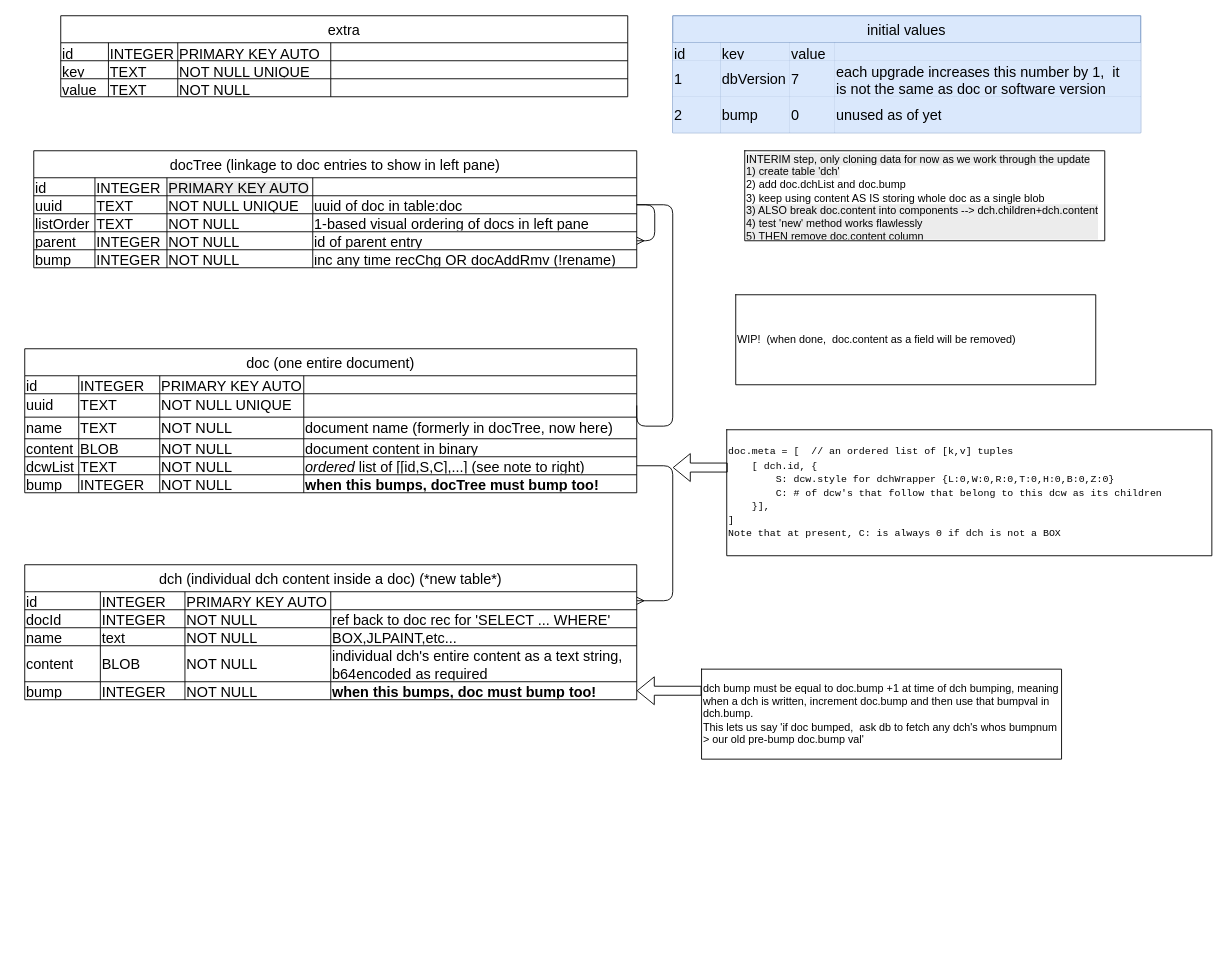
Earlier version of the draw.io diagram extra/docs/Database_backend-V0006-0007(WIP).drawio (Malendryn/JotLiner). Source tidied: cells renumbered, new cells numbered last; positions are measured from the earlier drawing's top-left corner, leaving out a move shared by most shapes. Both pictures are drawn from the tidied source at 90%, with x=0, y=0 at pixel (24, 15).
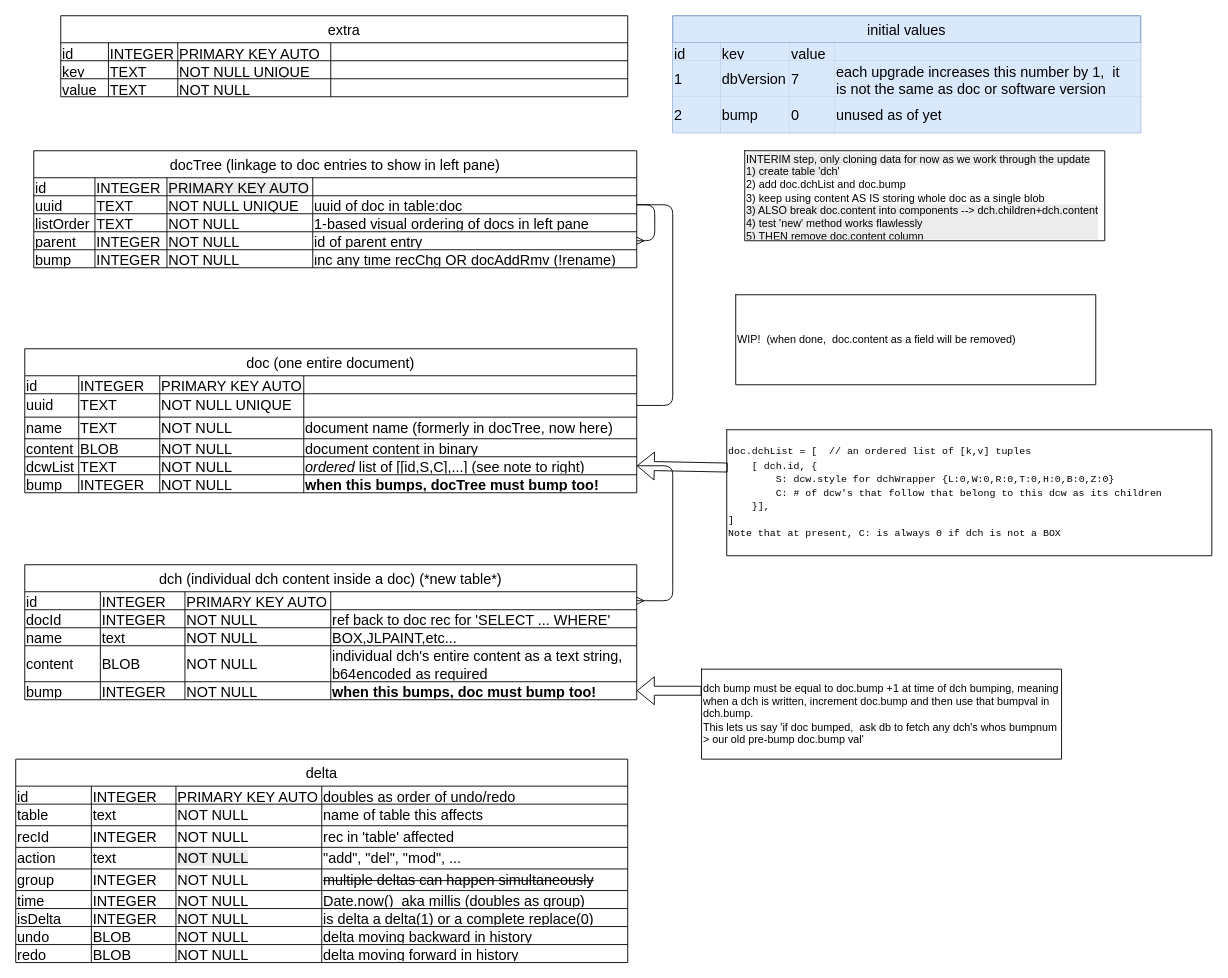
Above is the later version.

The change refers to these unchanged cells:
```xml
<mxCell id="24" style="shape=tableRow;horizontal=0;startSize=0;swimlaneHead=0;swimlaneBody=0;strokeColor=inherit;top=0;left=0;bottom=0;right=0;fillColor=none;points=[[0,0.5],[1,0.5]];portConstraint=eastwest;fontSize=16;align=left;" parent="18" vertex="1">
  <mxGeometry y="50" width="680" height="26" as="geometry" />
</mxCell>
<mxCell id="39" style="shape=tableRow;horizontal=0;startSize=0;swimlaneHead=0;swimlaneBody=0;strokeColor=inherit;top=0;left=0;bottom=0;right=0;fillColor=none;points=[[0,0.5],[1,0.5]];portConstraint=eastwest;fontSize=16;align=left;" parent="18" vertex="1">
  <mxGeometry y="120" width="680" height="20" as="geometry" />
</mxCell>
<mxCell id="55" style="shape=tableRow;horizontal=0;startSize=0;swimlaneHead=0;swimlaneBody=0;strokeColor=inherit;top=0;left=0;bottom=0;right=0;fillColor=none;points=[[0,0.5],[1,0.5]];portConstraint=eastwest;fontSize=16;align=left;" parent="49" vertex="1">
  <mxGeometry y="50" width="670" height="20" as="geometry" />
</mxCell>
<mxCell id="128" style="shape=tableRow;horizontal=0;startSize=0;swimlaneHead=0;swimlaneBody=0;strokeColor=inherit;top=0;left=0;bottom=0;right=0;fillColor=none;" parent="127" vertex="1">
  <mxGeometry width="539" height="140" as="geometry" />
</mxCell>
```

The edit, as a diff of the source:
```diff
@@
     <mxCell id="119" style="edgeStyle=orthogonalEdgeStyle;rounded=1;jettySize=auto;html=1;exitX=1;exitY=0.5;exitDx=0;exitDy=0;entryX=1;entryY=0.5;entryDx=0;entryDy=0;startArrow=none;startFill=0;endArrow=none;endFill=0;curved=0;" parent="1" edge="1" source="24" target="55">
       <mxGeometry relative="1" as="geometry">
         <Array as="points">
-          <mxPoint x="720" y="456" />
+          <mxPoint x="720" y="433" />
           <mxPoint x="720" y="210" />
         </Array>
       </mxGeometry>
     </mxCell>
@@
-    <mxCell id="129" value="&lt;font style=&quot;font-size: 11px;&quot; face=&quot;Courier New&quot;&gt;doc.meta = [&amp;nbsp; // an ordered list of [k,v] tuples&lt;/font&gt;&lt;div&gt;&lt;font style=&quot;font-size: 11px;&quot; face=&quot;Courier New&quot;&gt;&lt;span style=&quot;background-color: transparent; color: light-dark(rgb(0, 0, 0), rgb(255, 255, 255));&quot;&gt;&amp;nbsp; &amp;nbsp; [&amp;nbsp;&lt;/span&gt;&lt;span style=&quot;background-color: transparent; color: light-dark(rgb(0, 0, 0), rgb(255, 255, 255));&quot;&gt;dch.id,&amp;nbsp;&lt;/span&gt;&lt;span style=&quot;background-color: transparent; color: light-dark(rgb(0, 0, 0), rgb(255, 255, 255));&quot;&gt;{&lt;/span&gt;&lt;/font&gt;&lt;/div&gt;&lt;div&gt;&lt;font style=&quot;font-size: 11px;&quot; face=&quot;Courier New&quot;&gt;&lt;span style=&quot;background-color: transparent; color: light-dark(rgb(0, 0, 0), rgb(255, 255, 255));&quot;&gt;&amp;nbsp; &amp;nbsp; &amp;nbsp; &amp;nbsp; S: dcw.style for dchWrapper&amp;nbsp;&lt;/span&gt;{L:0,W:0,R:0,&lt;span style=&quot;color: light-dark(rgb(0, 0, 0), rgb(255, 255, 255)); background-color: transparent;&quot;&gt;T:0,H:0,B:0,Z:0}&lt;/span&gt;&lt;br&gt;&lt;span style=&quot;background-color: transparent; color: light-dark(rgb(0, 0, 0), rgb(255, 255, 255));&quot;&gt;&amp;nbsp; &amp;nbsp; &amp;nbsp; &amp;nbsp; C: # of dcw's that follow that belong to this dcw as its children&lt;/span&gt;&lt;br&gt;&lt;/font&gt;&lt;div&gt;&lt;font style=&quot;font-size: 11px;&quot; face=&quot;Courier New&quot;&gt;&amp;nbsp; &amp;nbsp; }],&lt;/font&gt;&lt;/div&gt;&lt;div&gt;&lt;font style=&quot;font-size: 11px;&quot; face=&quot;Courier New&quot;&gt;]&lt;/font&gt;&lt;/div&gt;&lt;/div&gt;&lt;div&gt;&lt;font style=&quot;font-size: 11px;&quot; face=&quot;Courier New&quot;&gt;Note that at present, C: is always 0 if dch is not a BOX&lt;/font&gt;&lt;/div&gt;" style="shape=partialRectangle;html=1;whiteSpace=wrap;strokeColor=inherit;overflow=hidden;fillColor=none;top=0;left=0;bottom=0;right=0;align=left;" parent="128" vertex="1">
+    <mxCell id="129" value="&lt;font style=&quot;font-size: 11px;&quot; face=&quot;Courier New&quot;&gt;doc.dchList = [&amp;nbsp; // an ordered list of [k,v] tuples&lt;/font&gt;&lt;div&gt;&lt;font style=&quot;font-size: 11px;&quot; face=&quot;Courier New&quot;&gt;&lt;span style=&quot;background-color: transparent; color: light-dark(rgb(0, 0, 0), rgb(255, 255, 255));&quot;&gt;&amp;nbsp; &amp;nbsp; [&amp;nbsp;&lt;/span&gt;&lt;span style=&quot;background-color: transparent; color: light-dark(rgb(0, 0, 0), rgb(255, 255, 255));&quot;&gt;dch.id,&amp;nbsp;&lt;/span&gt;&lt;span style=&quot;background-color: transparent; color: light-dark(rgb(0, 0, 0), rgb(255, 255, 255));&quot;&gt;{&lt;/span&gt;&lt;/font&gt;&lt;/div&gt;&lt;div&gt;&lt;font style=&quot;font-size: 11px;&quot; face=&quot;Courier New&quot;&gt;&lt;span style=&quot;background-color: transparent; color: light-dark(rgb(0, 0, 0), rgb(255, 255, 255));&quot;&gt;&amp;nbsp; &amp;nbsp; &amp;nbsp; &amp;nbsp; S: dcw.style for dchWrapper&amp;nbsp;&lt;/span&gt;{L:0,W:0,R:0,&lt;span style=&quot;color: light-dark(rgb(0, 0, 0), rgb(255, 255, 255)); background-color: transparent;&quot;&gt;T:0,H:0,B:0,Z:0}&lt;/span&gt;&lt;br&gt;&lt;span style=&quot;background-color: transparent; color: light-dark(rgb(0, 0, 0), rgb(255, 255, 255));&quot;&gt;&amp;nbsp; &amp;nbsp; &amp;nbsp; &amp;nbsp; C: # of dcw's that follow that belong to this dcw as its children&lt;/span&gt;&lt;br&gt;&lt;/font&gt;&lt;div&gt;&lt;font style=&quot;font-size: 11px;&quot; face=&quot;Courier New&quot;&gt;&amp;nbsp; &amp;nbsp; }],&lt;/font&gt;&lt;/div&gt;&lt;div&gt;&lt;font style=&quot;font-size: 11px;&quot; face=&quot;Courier New&quot;&gt;]&lt;/font&gt;&lt;/div&gt;&lt;/div&gt;&lt;div&gt;&lt;font style=&quot;font-size: 11px;&quot; face=&quot;Courier New&quot;&gt;Note that at present, C: is always 0 if dch is not a BOX&lt;/font&gt;&lt;/div&gt;" style="shape=partialRectangle;html=1;whiteSpace=wrap;strokeColor=inherit;overflow=hidden;fillColor=none;top=0;left=0;bottom=0;right=0;align=left;" parent="128" vertex="1">
       <mxGeometry width="539" height="140" as="geometry" />
     </mxCell>
@@
-    <mxCell id="131" style="shape=flexArrow;endArrow=classic;html=1;rounded=0;exitX=0.003;exitY=0.4;exitDx=0;exitDy=0;exitPerimeter=0;" parent="1" edge="1">
+    <mxCell id="131" style="shape=flexArrow;endArrow=classic;html=1;rounded=0;exitX=0.003;exitY=0.4;exitDx=0;exitDy=0;exitPerimeter=0;entryX=1;entryY=0.5;entryDx=0;entryDy=0;" parent="1" edge="1" target="39">
       <mxGeometry relative="1" as="geometry">
         <mxPoint x="781" y="502" as="sourcePoint" />
-        <mxPoint x="720" y="502" as="targetPoint" />
       </mxGeometry>
     </mxCell>
@@
+    <mxCell id="135" value="delta" style="shape=table;startSize=30;childLayout=tableLayout;strokeColor=default;fontSize=16;align=center;fontColor=#000000;" parent="1" vertex="1">
+      <mxGeometry x="-10" y="826" width="680" height="226" as="geometry" />
+    </mxCell>
+    <mxCell id="136" style="shape=tableRow;horizontal=0;startSize=0;swimlaneHead=0;swimlaneBody=0;strokeColor=inherit;top=0;left=0;bottom=0;right=0;fillColor=none;fontSize=16;align=left;" parent="135" vertex="1">
+      <mxGeometry y="30" width="680" height="20" as="geometry" />
+    </mxCell>
+    <mxCell id="137" value="id" style="shape=partialRectangle;html=1;strokeColor=inherit;overflow=hidden;fillColor=none;top=0;left=0;bottom=0;right=0;fontSize=16;text-align:right;align=left;" parent="136" vertex="1">
+      <mxGeometry width="84" height="20" as="geometry" />
+    </mxCell>
+    <mxCell id="138" value="INTEGER" style="shape=partialRectangle;html=1;strokeColor=inherit;overflow=hidden;fillColor=none;top=0;left=0;bottom=0;right=0;fontSize=16;align=left;" parent="136" vertex="1">
+      <mxGeometry x="84" width="94" height="20" as="geometry" />
+    </mxCell>
+    <mxCell id="139" value="PRIMARY KEY AUTO" style="shape=partialRectangle;html=1;strokeColor=inherit;overflow=hidden;fillColor=none;top=0;left=0;bottom=0;right=0;fontSize=16;align=left;" parent="136" vertex="1">
+      <mxGeometry x="178" width="162" height="20" as="geometry" />
+    </mxCell>
+    <mxCell id="140" value="doubles as&amp;nbsp;&lt;span style=&quot;background-color: transparent; color: light-dark(rgb(0, 0, 0), rgb(255, 255, 255));&quot;&gt;order of undo/redo&lt;/span&gt;" style="shape=partialRectangle;html=1;strokeColor=inherit;overflow=hidden;fillColor=none;top=0;left=0;bottom=0;right=0;fontSize=16;align=left;" parent="136" vertex="1">
+      <mxGeometry x="340" width="340" height="20" as="geometry" />
+    </mxCell>
+    <mxCell id="141" style="shape=tableRow;horizontal=0;startSize=0;swimlaneHead=0;swimlaneBody=0;strokeColor=inherit;top=0;left=0;bottom=0;right=0;fillColor=none;fontSize=16;align=left;" parent="135" vertex="1">
+      <mxGeometry y="50" width="680" height="24" as="geometry" />
+    </mxCell>
+    <mxCell id="142" value="table" style="shape=partialRectangle;html=1;strokeColor=inherit;overflow=hidden;fillColor=none;top=0;left=0;bottom=0;right=0;fontSize=16;align=left;" parent="141" vertex="1">
+      <mxGeometry width="84" height="24" as="geometry" />
+    </mxCell>
+    <mxCell id="143" value="text" style="shape=partialRectangle;html=1;strokeColor=inherit;overflow=hidden;fillColor=none;top=0;left=0;bottom=0;right=0;fontSize=16;align=left;" parent="141" vertex="1">
+      <mxGeometry x="84" width="94" height="24" as="geometry" />
+    </mxCell>
+    <mxCell id="144" value="NOT NULL" style="shape=partialRectangle;html=1;strokeColor=inherit;overflow=hidden;fillColor=none;top=0;left=0;bottom=0;right=0;fontSize=16;align=left;" parent="141" vertex="1">
+      <mxGeometry x="178" width="162" height="24" as="geometry" />
+    </mxCell>
+    <mxCell id="145" value="name of table this affects" style="shape=partialRectangle;html=1;strokeColor=inherit;overflow=hidden;fillColor=none;top=0;left=0;bottom=0;right=0;fontSize=16;align=left;" parent="141" vertex="1">
+      <mxGeometry x="340" width="340" height="24" as="geometry" />
+    </mxCell>
+    <mxCell id="146" style="shape=tableRow;horizontal=0;startSize=0;swimlaneHead=0;swimlaneBody=0;strokeColor=inherit;top=0;left=0;bottom=0;right=0;fillColor=none;fontSize=16;align=left;" parent="135" vertex="1">
+      <mxGeometry y="74" width="680" height="24" as="geometry" />
+    </mxCell>
+    <mxCell id="147" value="recId" style="shape=partialRectangle;html=1;strokeColor=inherit;overflow=hidden;fillColor=none;top=0;left=0;bottom=0;right=0;fontSize=16;align=left;" parent="146" vertex="1">
+      <mxGeometry width="84" height="24" as="geometry" />
+    </mxCell>
+    <mxCell id="148" value="INTEGER" style="shape=partialRectangle;html=1;strokeColor=inherit;overflow=hidden;fillColor=none;top=0;left=0;bottom=0;right=0;fontSize=16;align=left;" parent="146" vertex="1">
+      <mxGeometry x="84" width="94" height="24" as="geometry" />
+    </mxCell>
+    <mxCell id="149" value="NOT NULL" style="shape=partialRectangle;html=1;strokeColor=inherit;overflow=hidden;fillColor=none;top=0;left=0;bottom=0;right=0;fontSize=16;align=left;" parent="146" vertex="1">
+      <mxGeometry x="178" width="162" height="24" as="geometry" />
+    </mxCell>
+    <mxCell id="150" value="rec in 'table' affected" style="shape=partialRectangle;html=1;strokeColor=inherit;overflow=hidden;fillColor=none;top=0;left=0;bottom=0;right=0;fontSize=16;align=left;" parent="146" vertex="1">
+      <mxGeometry x="340" width="340" height="24" as="geometry" />
+    </mxCell>
+    <mxCell id="151" style="shape=tableRow;horizontal=0;startSize=0;swimlaneHead=0;swimlaneBody=0;strokeColor=inherit;top=0;left=0;bottom=0;right=0;fillColor=none;fontSize=16;align=left;" parent="135" vertex="1">
+      <mxGeometry y="98" width="680" height="24" as="geometry" />
+    </mxCell>
+    <mxCell id="152" value="action" style="shape=partialRectangle;html=1;strokeColor=inherit;overflow=hidden;fillColor=none;top=0;left=0;bottom=0;right=0;fontSize=16;align=left;" parent="151" vertex="1">
+      <mxGeometry width="84" height="24" as="geometry" />
+    </mxCell>
+    <mxCell id="153" value="text" style="shape=partialRectangle;html=1;strokeColor=inherit;overflow=hidden;fillColor=none;top=0;left=0;bottom=0;right=0;fontSize=16;align=left;" parent="151" vertex="1">
+      <mxGeometry x="84" width="94" height="24" as="geometry" />
+    </mxCell>
+    <mxCell id="154" value="&lt;span style=&quot;color: rgb(0, 0, 0); font-family: Helvetica; font-size: 16px; font-style: normal; font-variant-ligatures: normal; font-variant-caps: normal; font-weight: 400; letter-spacing: normal; orphans: 2; text-align: left; text-indent: 0px; text-transform: none; widows: 2; word-spacing: 0px; -webkit-text-stroke-width: 0px; white-space: nowrap; background-color: rgb(236, 236, 236); text-decoration-thickness: initial; text-decoration-style: initial; text-decoration-color: initial; display: inline !important; float: none;&quot;&gt;NOT NULL&lt;/span&gt;" style="shape=partialRectangle;html=1;strokeColor=inherit;overflow=hidden;fillColor=none;top=0;left=0;bottom=0;right=0;fontSize=16;align=left;" parent="151" vertex="1">
+      <mxGeometry x="178" width="162" height="24" as="geometry" />
+    </mxCell>
+    <mxCell id="155" value="&quot;add&quot;, &quot;del&quot;, &quot;mod&quot;, ..." style="shape=partialRectangle;html=1;strokeColor=inherit;overflow=hidden;fillColor=none;top=0;left=0;bottom=0;right=0;fontSize=16;align=left;" parent="151" vertex="1">
+      <mxGeometry x="340" width="340" height="24" as="geometry" />
+    </mxCell>
+    <mxCell id="156" style="shape=tableRow;horizontal=0;startSize=0;swimlaneHead=0;swimlaneBody=0;strokeColor=inherit;top=0;left=0;bottom=0;right=0;fillColor=none;fontSize=16;align=left;" parent="135" vertex="1">
+      <mxGeometry y="122" width="680" height="24" as="geometry" />
+    </mxCell>
+    <mxCell id="157" value="group" style="shape=partialRectangle;html=1;strokeColor=inherit;overflow=hidden;fillColor=none;top=0;left=0;bottom=0;right=0;fontSize=16;align=left;" parent="156" vertex="1">
+      <mxGeometry width="84" height="24" as="geometry" />
+    </mxCell>
+    <mxCell id="158" value="INTEGER" style="shape=partialRectangle;html=1;strokeColor=inherit;overflow=hidden;fillColor=none;top=0;left=0;bottom=0;right=0;fontSize=16;align=left;" parent="156" vertex="1">
+      <mxGeometry x="84" width="94" height="24" as="geometry" />
+    </mxCell>
+    <mxCell id="159" value="NOT NULL" style="shape=partialRectangle;html=1;strokeColor=inherit;overflow=hidden;fillColor=none;top=0;left=0;bottom=0;right=0;fontSize=16;align=left;" parent="156" vertex="1">
+      <mxGeometry x="178" width="162" height="24" as="geometry" />
+    </mxCell>
+    <mxCell id="160" value="&lt;strike&gt;multiple deltas can happen simultaneously&lt;/strike&gt;" style="shape=partialRectangle;html=1;strokeColor=inherit;overflow=hidden;fillColor=none;top=0;left=0;bottom=0;right=0;fontSize=16;align=left;" parent="156" vertex="1">
+      <mxGeometry x="340" width="340" height="24" as="geometry" />
+    </mxCell>
+    <mxCell id="161" style="shape=tableRow;horizontal=0;startSize=0;swimlaneHead=0;swimlaneBody=0;strokeColor=inherit;top=0;left=0;bottom=0;right=0;fillColor=none;fontSize=16;align=left;" parent="135" vertex="1">
+      <mxGeometry y="146" width="680" height="20" as="geometry" />
+    </mxCell>
+    <mxCell id="162" value="time" style="shape=partialRectangle;html=1;strokeColor=inherit;overflow=hidden;fillColor=none;top=0;left=0;bottom=0;right=0;fontSize=16;align=left;" parent="161" vertex="1">
+      <mxGeometry width="84" height="20" as="geometry" />
+    </mxCell>
+    <mxCell id="163" value="INTEGER" style="shape=partialRectangle;html=1;strokeColor=inherit;overflow=hidden;fillColor=none;top=0;left=0;bottom=0;right=0;fontSize=16;align=left;" parent="161" vertex="1">
+      <mxGeometry x="84" width="94" height="20" as="geometry" />
+    </mxCell>
+    <mxCell id="164" value="NOT NULL" style="shape=partialRectangle;html=1;strokeColor=inherit;overflow=hidden;fillColor=none;top=0;left=0;bottom=0;right=0;fontSize=16;align=left;" parent="161" vertex="1">
+      <mxGeometry x="178" width="162" height="20" as="geometry" />
+    </mxCell>
+    <mxCell id="165" value="Date.now()&amp;nbsp; aka millis (doubles as group)" style="shape=partialRectangle;html=1;strokeColor=inherit;overflow=hidden;fillColor=none;top=0;left=0;bottom=0;right=0;fontSize=16;align=left;whiteSpace=wrap;" parent="161" vertex="1">
+      <mxGeometry x="340" width="340" height="20" as="geometry" />
+    </mxCell>
+    <mxCell id="166" style="shape=tableRow;horizontal=0;startSize=0;swimlaneHead=0;swimlaneBody=0;strokeColor=inherit;top=0;left=0;bottom=0;right=0;fillColor=none;fontSize=16;align=left;" parent="135" vertex="1">
+      <mxGeometry y="166" width="680" height="20" as="geometry" />
+    </mxCell>
+    <mxCell id="167" value="isDelta" style="shape=partialRectangle;html=1;strokeColor=inherit;overflow=hidden;fillColor=none;top=0;left=0;bottom=0;right=0;fontSize=16;align=left;" parent="166" vertex="1">
+      <mxGeometry width="84" height="20" as="geometry" />
+    </mxCell>
+    <mxCell id="168" value="INTEGER" style="shape=partialRectangle;html=1;strokeColor=inherit;overflow=hidden;fillColor=none;top=0;left=0;bottom=0;right=0;fontSize=16;align=left;" parent="166" vertex="1">
+      <mxGeometry x="84" width="94" height="20" as="geometry" />
+    </mxCell>
+    <mxCell id="169" value="NOT NULL" style="shape=partialRectangle;html=1;strokeColor=inherit;overflow=hidden;fillColor=none;top=0;left=0;bottom=0;right=0;fontSize=16;align=left;" parent="166" vertex="1">
+      <mxGeometry x="178" width="162" height="20" as="geometry" />
+    </mxCell>
+    <mxCell id="170" value="is delta a delta(1) or a complete replace(0)" style="shape=partialRectangle;html=1;strokeColor=inherit;overflow=hidden;fillColor=none;top=0;left=0;bottom=0;right=0;fontSize=16;align=left;whiteSpace=wrap;" parent="166" vertex="1">
+      <mxGeometry x="340" width="340" height="20" as="geometry" />
+    </mxCell>
+    <mxCell id="171" style="shape=tableRow;horizontal=0;startSize=0;swimlaneHead=0;swimlaneBody=0;strokeColor=inherit;top=0;left=0;bottom=0;right=0;fillColor=none;fontSize=16;align=left;" parent="135" vertex="1">
+      <mxGeometry y="186" width="680" height="20" as="geometry" />
+    </mxCell>
+    <mxCell id="172" value="undo" style="shape=partialRectangle;html=1;strokeColor=inherit;overflow=hidden;fillColor=none;top=0;left=0;bottom=0;right=0;fontSize=16;align=left;" parent="171" vertex="1">
+      <mxGeometry width="84" height="20" as="geometry" />
+    </mxCell>
+    <mxCell id="173" value="BLOB" style="shape=partialRectangle;html=1;strokeColor=inherit;overflow=hidden;fillColor=none;top=0;left=0;bottom=0;right=0;fontSize=16;align=left;" parent="171" vertex="1">
+      <mxGeometry x="84" width="94" height="20" as="geometry" />
+    </mxCell>
+    <mxCell id="174" value="NOT NULL" style="shape=partialRectangle;html=1;strokeColor=inherit;overflow=hidden;fillColor=none;top=0;left=0;bottom=0;right=0;fontSize=16;align=left;" parent="171" vertex="1">
+      <mxGeometry x="178" width="162" height="20" as="geometry" />
+    </mxCell>
+    <mxCell id="175" value="delta moving backward in history" style="shape=partialRectangle;html=1;strokeColor=inherit;overflow=hidden;fillColor=none;top=0;left=0;bottom=0;right=0;fontSize=16;align=left;whiteSpace=wrap;" parent="171" vertex="1">
+      <mxGeometry x="340" width="340" height="20" as="geometry" />
+    </mxCell>
+    <mxCell id="176" style="shape=tableRow;horizontal=0;startSize=0;swimlaneHead=0;swimlaneBody=0;strokeColor=inherit;top=0;left=0;bottom=0;right=0;fillColor=none;fontSize=16;align=left;" parent="135" vertex="1">
+      <mxGeometry y="206" width="680" height="20" as="geometry" />
+    </mxCell>
+    <mxCell id="177" value="redo" style="shape=partialRectangle;html=1;strokeColor=inherit;overflow=hidden;fillColor=none;top=0;left=0;bottom=0;right=0;fontSize=16;align=left;fontColor=#000000;" parent="176" vertex="1">
+      <mxGeometry width="84" height="20" as="geometry" />
+    </mxCell>
+    <mxCell id="178" value="BLOB" style="shape=partialRectangle;html=1;strokeColor=inherit;overflow=hidden;fillColor=none;top=0;left=0;bottom=0;right=0;fontSize=16;align=left;fontColor=#000000;" parent="176" vertex="1">
+      <mxGeometry x="84" width="94" height="20" as="geometry" />
+    </mxCell>
+    <mxCell id="179" value="NOT NULL" style="shape=partialRectangle;html=1;strokeColor=inherit;overflow=hidden;fillColor=none;top=0;left=0;bottom=0;right=0;fontSize=16;align=left;fontColor=#000000;" parent="176" vertex="1">
+      <mxGeometry x="178" width="162" height="20" as="geometry" />
+    </mxCell>
+    <mxCell id="180" value="delta moving forward in history" style="shape=partialRectangle;html=1;strokeColor=inherit;overflow=hidden;fillColor=none;top=0;left=0;bottom=0;right=0;fontSize=16;align=left;fontColor=#000000;" parent="176" vertex="1">
+      <mxGeometry x="340" width="340" height="20" as="geometry" />
+    </mxCell>
```
